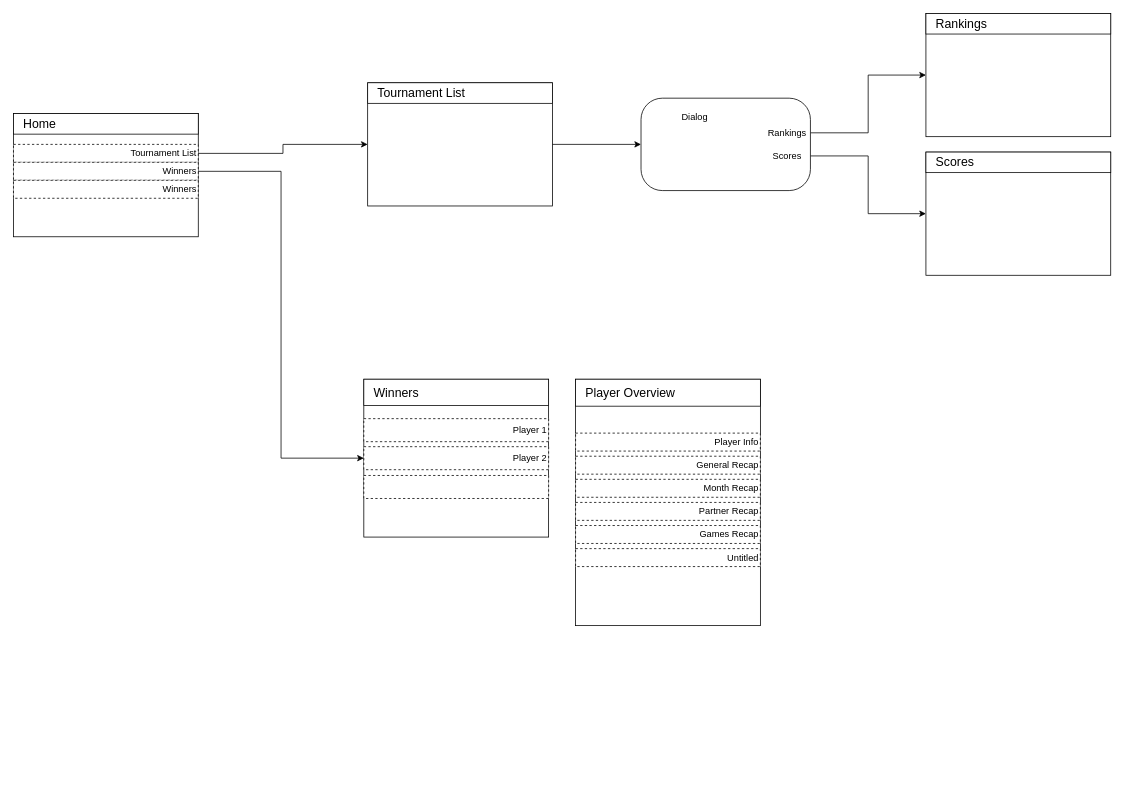
yenmangu/bridge-extra-mobile keeps this draw.io diagram as Project/table_relationships.drawio. Above is the earlier version. Source tidied: cells renumbered, new cells numbered last; positions are measured from the earlier drawing's top-left corner, leaving out a move shared by most shapes. Both pictures are drawn from the tidied source at 77%, with x=0, y=0 at pixel (13, 13).
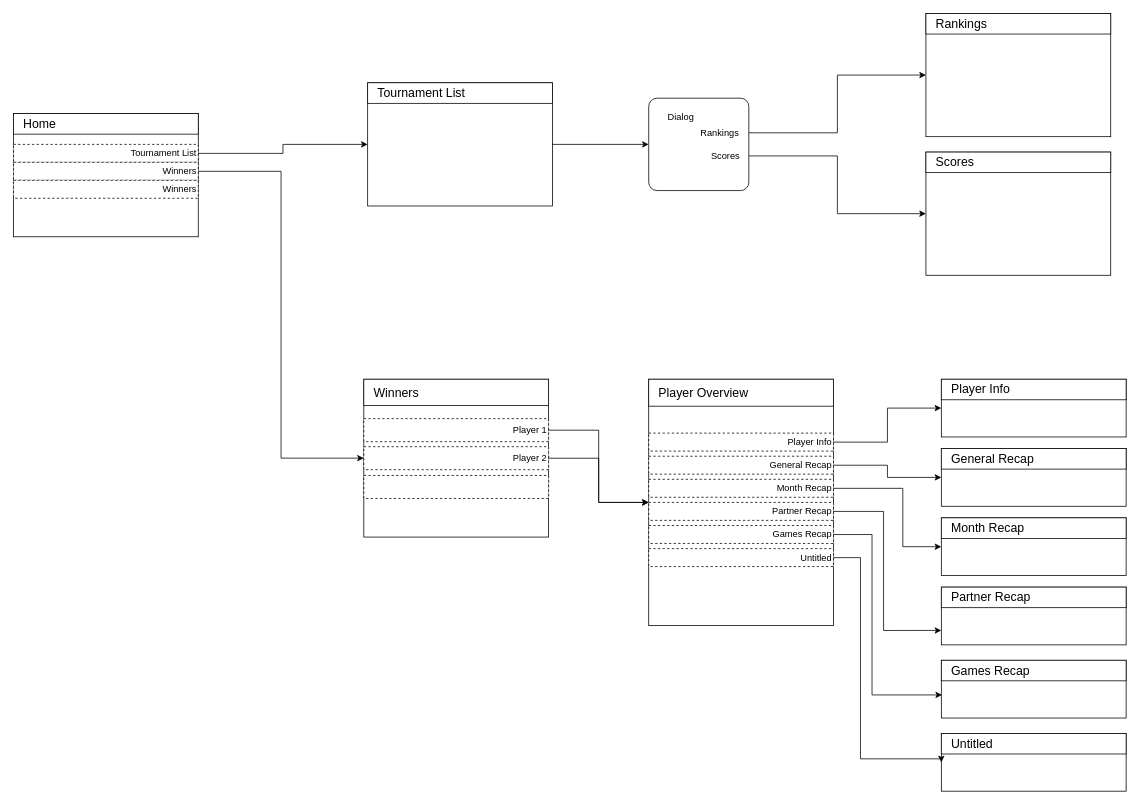
After the change.

Unchanged cells that the change refers to:
```xml
<mxCell id="25" value="Player 1" style="rounded=0;whiteSpace=wrap;html=1;dashed=1;align=right;" parent="21" vertex="1">
  <mxGeometry y="51.2" width="240" height="29.9" as="geometry" />
</mxCell>
<mxCell id="26" value="Player 2" style="rounded=0;whiteSpace=wrap;html=1;dashed=1;align=right;" parent="21" vertex="1">
  <mxGeometry y="87.6" width="240" height="29.9" as="geometry" />
</mxCell>
<mxCell id="39" style="rounded=0;whiteSpace=wrap;html=1;" parent="38" vertex="1">
  <mxGeometry width="240" height="320" as="geometry" />
</mxCell>
<mxCell id="42" value="Player Info" style="rounded=0;whiteSpace=wrap;html=1;dashed=1;align=right;" parent="38" vertex="1">
  <mxGeometry y="70" width="240" height="23.3" as="geometry" />
</mxCell>
<mxCell id="43" value="General Recap" style="rounded=0;whiteSpace=wrap;html=1;dashed=1;align=right;" parent="38" vertex="1">
  <mxGeometry y="100" width="240" height="23.3" as="geometry" />
</mxCell>
<mxCell id="44" value="Month Recap" style="rounded=0;whiteSpace=wrap;html=1;dashed=1;align=right;" parent="38" vertex="1">
  <mxGeometry y="130" width="240" height="23.3" as="geometry" />
</mxCell>
<mxCell id="45" value="Partner Recap" style="rounded=0;whiteSpace=wrap;html=1;dashed=1;align=right;" parent="38" vertex="1">
  <mxGeometry y="160" width="240" height="23.3" as="geometry" />
</mxCell>
<mxCell id="46" value="Games Recap" style="rounded=0;whiteSpace=wrap;html=1;dashed=1;align=right;" parent="38" vertex="1">
  <mxGeometry y="190" width="240" height="23.3" as="geometry" />
</mxCell>
<mxCell id="47" value="Untitled" style="rounded=0;whiteSpace=wrap;html=1;dashed=1;align=right;" parent="38" vertex="1">
  <mxGeometry y="220" width="240" height="23.3" as="geometry" />
</mxCell>
```

What changed in the source:
```diff
@@
     <mxCell id="32" style="group;" parent="1" vertex="1">
-      <mxGeometry x="815" y="110" width="220" height="120" as="geometry" />
+      <mxGeometry x="825" y="110" width="130" height="120" as="geometry" />
     </mxCell>
-    <mxCell id="33" style="rounded=1;whiteSpace=wrap;html=1;arcSize=23;" parent="32" vertex="1">
-      <mxGeometry width="220" height="120" as="geometry" />
+    <mxCell id="33" style="rounded=1;whiteSpace=wrap;html=1;arcSize=9;" parent="32" vertex="1">
+      <mxGeometry width="130" height="120" as="geometry" />
     </mxCell>
     <mxCell id="34" value="Dialog" style="text;html=1;align=center;verticalAlign=middle;whiteSpace=wrap;rounded=0;" parent="32" vertex="1">
-      <mxGeometry x="40" y="10" width="60" height="30" as="geometry" />
+      <mxGeometry x="23.6" y="10" width="35.5" height="30" as="geometry" />
     </mxCell>
     <mxCell id="35" value="Scores" style="text;html=1;align=center;verticalAlign=middle;whiteSpace=wrap;rounded=0;" parent="32" vertex="1">
-      <mxGeometry x="160" y="60" width="60" height="30" as="geometry" />
+      <mxGeometry x="70" y="60" width="60" height="30" as="geometry" />
     </mxCell>
     <mxCell id="36" value="Rankings" style="text;html=1;align=center;verticalAlign=middle;whiteSpace=wrap;rounded=0;" parent="32" vertex="1">
-      <mxGeometry x="160" y="30" width="60" height="30" as="geometry" />
+      <mxGeometry x="55" y="30" width="75" height="30" as="geometry" />
     </mxCell>
@@
     <mxCell id="38" style="group;fontSize=16;" parent="1" vertex="1">
-      <mxGeometry x="730" y="475" width="240" height="320" as="geometry" />
+      <mxGeometry x="825" y="475" width="240" height="320" as="geometry" />
     </mxCell>
@@
+    <mxCell id="48" style="group;" parent="1" vertex="1">
+      <mxGeometry x="1205" y="475" width="240" height="75" as="geometry" />
+    </mxCell>
+    <mxCell id="49" style="rounded=0;whiteSpace=wrap;html=1;" parent="48" vertex="1">
+      <mxGeometry width="240" height="75" as="geometry" />
+    </mxCell>
+    <mxCell id="50" style="rounded=0;whiteSpace=wrap;html=1;" parent="48" vertex="1">
+      <mxGeometry width="240" height="26.7" as="geometry" />
+    </mxCell>
+    <mxCell id="51" value="&lt;font style=&quot;font-size: 16px;&quot;&gt;Player Info&lt;/font&gt;" style="text;html=1;align=left;verticalAlign=middle;whiteSpace=wrap;rounded=0;" parent="48" vertex="1">
+      <mxGeometry x="10.7" y="6.7" width="218.7" height="13.3" as="geometry" />
+    </mxCell>
+    <mxCell id="52" style="group;" parent="1" vertex="1">
+      <mxGeometry x="1205" y="565" width="240" height="75" as="geometry" />
+    </mxCell>
+    <mxCell id="53" style="rounded=0;whiteSpace=wrap;html=1;" parent="52" vertex="1">
+      <mxGeometry width="240" height="75" as="geometry" />
+    </mxCell>
+    <mxCell id="54" style="rounded=0;whiteSpace=wrap;html=1;" parent="52" vertex="1">
+      <mxGeometry width="240" height="26.7" as="geometry" />
+    </mxCell>
+    <mxCell id="55" value="&lt;font style=&quot;font-size: 16px;&quot;&gt;General Recap&lt;/font&gt;" style="text;html=1;align=left;verticalAlign=middle;whiteSpace=wrap;rounded=0;" parent="52" vertex="1">
+      <mxGeometry x="10.7" y="6.7" width="218.7" height="13.3" as="geometry" />
+    </mxCell>
+    <mxCell id="56" style="group;" parent="1" vertex="1">
+      <mxGeometry x="1205" y="655" width="240" height="75" as="geometry" />
+    </mxCell>
+    <mxCell id="57" style="rounded=0;whiteSpace=wrap;html=1;" parent="56" vertex="1">
+      <mxGeometry width="240" height="75" as="geometry" />
+    </mxCell>
+    <mxCell id="58" style="rounded=0;whiteSpace=wrap;html=1;" parent="56" vertex="1">
+      <mxGeometry width="240" height="26.7" as="geometry" />
+    </mxCell>
+    <mxCell id="59" value="&lt;span style=&quot;font-size: 16px;&quot;&gt;Month Recap&lt;/span&gt;" style="text;html=1;align=left;verticalAlign=middle;whiteSpace=wrap;rounded=0;" parent="56" vertex="1">
+      <mxGeometry x="10.7" y="6.7" width="218.7" height="13.3" as="geometry" />
+    </mxCell>
+    <mxCell id="60" style="group;" parent="1" vertex="1">
+      <mxGeometry x="1205" y="745" width="240" height="75" as="geometry" />
+    </mxCell>
+    <mxCell id="61" style="rounded=0;whiteSpace=wrap;html=1;" parent="60" vertex="1">
+      <mxGeometry width="240" height="75" as="geometry" />
+    </mxCell>
+    <mxCell id="62" style="rounded=0;whiteSpace=wrap;html=1;" parent="60" vertex="1">
+      <mxGeometry width="240" height="26.7" as="geometry" />
+    </mxCell>
+    <mxCell id="63" value="&lt;font style=&quot;font-size: 16px;&quot;&gt;Partner Recap&lt;/font&gt;" style="text;html=1;align=left;verticalAlign=middle;whiteSpace=wrap;rounded=0;" parent="60" vertex="1">
+      <mxGeometry x="10.7" y="6.7" width="218.7" height="13.3" as="geometry" />
+    </mxCell>
+    <mxCell id="64" style="group;" parent="1" vertex="1">
+      <mxGeometry x="1205" y="935" width="240" height="75" as="geometry" />
+    </mxCell>
+    <mxCell id="65" style="rounded=0;whiteSpace=wrap;html=1;" parent="64" vertex="1">
+      <mxGeometry width="240" height="75" as="geometry" />
+    </mxCell>
+    <mxCell id="66" style="rounded=0;whiteSpace=wrap;html=1;" parent="64" vertex="1">
+      <mxGeometry width="240" height="26.7" as="geometry" />
+    </mxCell>
+    <mxCell id="67" value="&lt;font style=&quot;font-size: 16px;&quot;&gt;Untitled&lt;/font&gt;" style="text;html=1;align=left;verticalAlign=middle;whiteSpace=wrap;rounded=0;" parent="64" vertex="1">
+      <mxGeometry x="10.7" y="6.7" width="218.7" height="13.3" as="geometry" />
+    </mxCell>
+    <mxCell id="68" style="group;" parent="1" vertex="1">
+      <mxGeometry x="1205" y="840" width="240" height="75" as="geometry" />
+    </mxCell>
+    <mxCell id="69" style="rounded=0;whiteSpace=wrap;html=1;" parent="68" vertex="1">
+      <mxGeometry width="240" height="75" as="geometry" />
+    </mxCell>
+    <mxCell id="70" style="rounded=0;whiteSpace=wrap;html=1;" parent="68" vertex="1">
+      <mxGeometry width="240" height="26.7" as="geometry" />
+    </mxCell>
+    <mxCell id="71" value="&lt;font style=&quot;font-size: 16px;&quot;&gt;Games Recap&lt;/font&gt;" style="text;html=1;align=left;verticalAlign=middle;whiteSpace=wrap;rounded=0;" parent="68" vertex="1">
+      <mxGeometry x="10.7" y="6.7" width="218.7" height="13.3" as="geometry" />
+    </mxCell>
+    <mxCell id="72" style="edgeStyle=orthogonalEdgeStyle;rounded=0;jettySize=auto;html=1;entryX=0;entryY=0.5;entryDx=0;entryDy=0;" parent="1" edge="1" source="42" target="49">
+      <mxGeometry relative="1" as="geometry" />
+    </mxCell>
+    <mxCell id="73" style="edgeStyle=orthogonalEdgeStyle;rounded=0;jettySize=auto;html=1;entryX=0;entryY=0.5;entryDx=0;entryDy=0;" parent="1" edge="1" source="43" target="53">
+      <mxGeometry relative="1" as="geometry" />
+    </mxCell>
+    <mxCell id="74" style="edgeStyle=orthogonalEdgeStyle;rounded=0;jettySize=auto;html=1;entryX=0;entryY=0.5;entryDx=0;entryDy=0;" parent="1" edge="1" source="44" target="57">
+      <mxGeometry relative="1" as="geometry">
+        <Array as="points">
+          <mxPoint x="1155" y="617" />
+          <mxPoint x="1155" y="693" />
+        </Array>
+      </mxGeometry>
+    </mxCell>
+    <mxCell id="75" style="edgeStyle=orthogonalEdgeStyle;rounded=0;jettySize=auto;html=1;entryX=0;entryY=0.75;entryDx=0;entryDy=0;" parent="1" edge="1" source="45" target="61">
+      <mxGeometry relative="1" as="geometry">
+        <Array as="points">
+          <mxPoint x="1130" y="647" />
+          <mxPoint x="1130" y="801" />
+        </Array>
+      </mxGeometry>
+    </mxCell>
+    <mxCell id="76" style="edgeStyle=orthogonalEdgeStyle;rounded=0;jettySize=auto;html=1;entryX=0.004;entryY=0.6;entryDx=0;entryDy=0;entryPerimeter=0;" parent="1" edge="1" source="46" target="69">
+      <mxGeometry relative="1" as="geometry">
+        <Array as="points">
+          <mxPoint x="1115" y="677" />
+          <mxPoint x="1115" y="885" />
+        </Array>
+      </mxGeometry>
+    </mxCell>
+    <mxCell id="77" style="edgeStyle=orthogonalEdgeStyle;rounded=0;jettySize=auto;html=1;entryX=0;entryY=0.5;entryDx=0;entryDy=0;" parent="1" edge="1" source="47" target="65">
+      <mxGeometry relative="1" as="geometry">
+        <Array as="points">
+          <mxPoint x="1100" y="707" />
+          <mxPoint x="1100" y="968" />
+        </Array>
+      </mxGeometry>
+    </mxCell>
+    <mxCell id="78" style="edgeStyle=orthogonalEdgeStyle;rounded=0;jettySize=auto;html=1;" parent="1" edge="1" source="25" target="39">
+      <mxGeometry relative="1" as="geometry" />
+    </mxCell>
+    <mxCell id="79" style="edgeStyle=orthogonalEdgeStyle;rounded=0;jettySize=auto;html=1;" parent="1" edge="1" source="26" target="39">
+      <mxGeometry relative="1" as="geometry" />
+    </mxCell>
```
